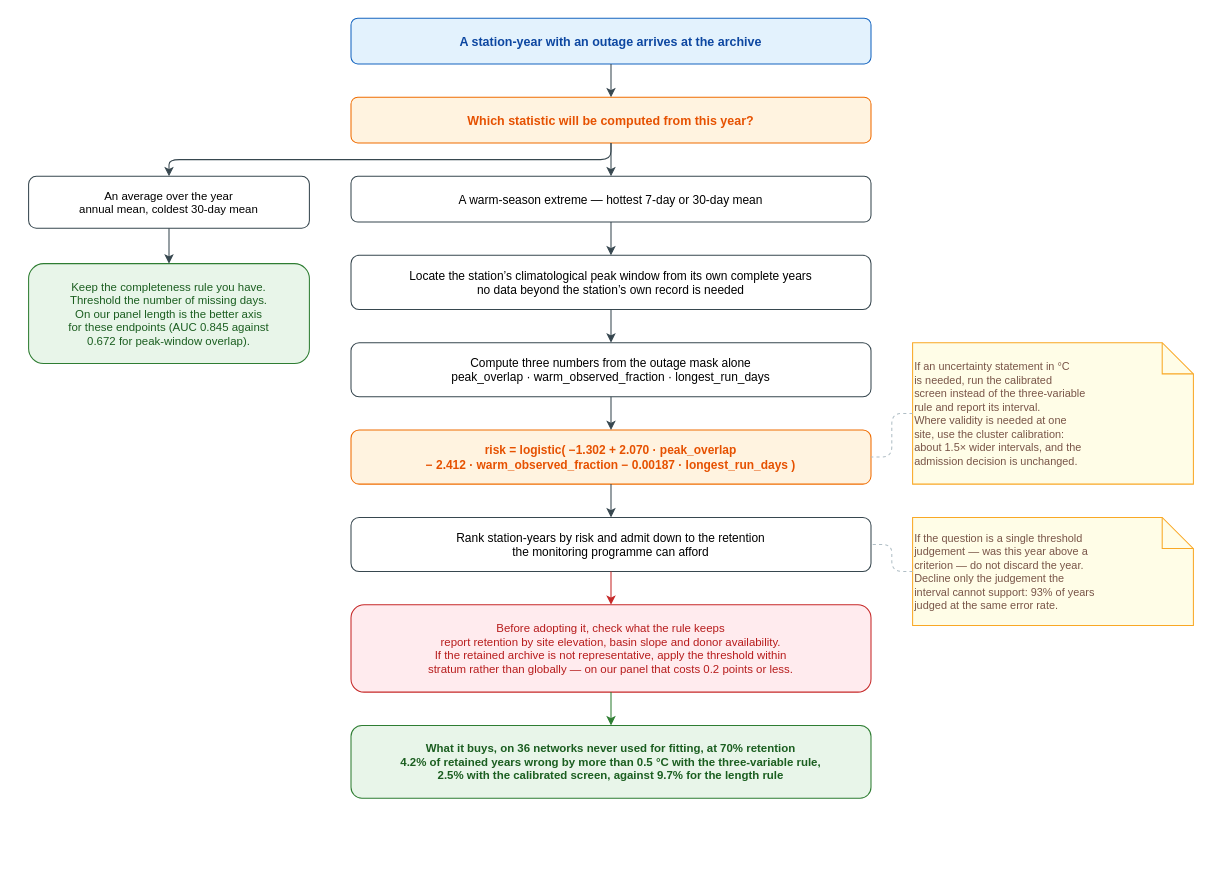
Above: figures/v17/drawio/f4_deployment_workflow.drawio in shutiao23/stream-recoverability (draw.io), before the change. Source tidied: cells renumbered, new cells numbered last; positions are measured from the earlier drawing's top-left corner, leaving out a move shared by most shapes. Both pictures are drawn from the tidied source at 104%, with x=0, y=0 at pixel (28, 18).
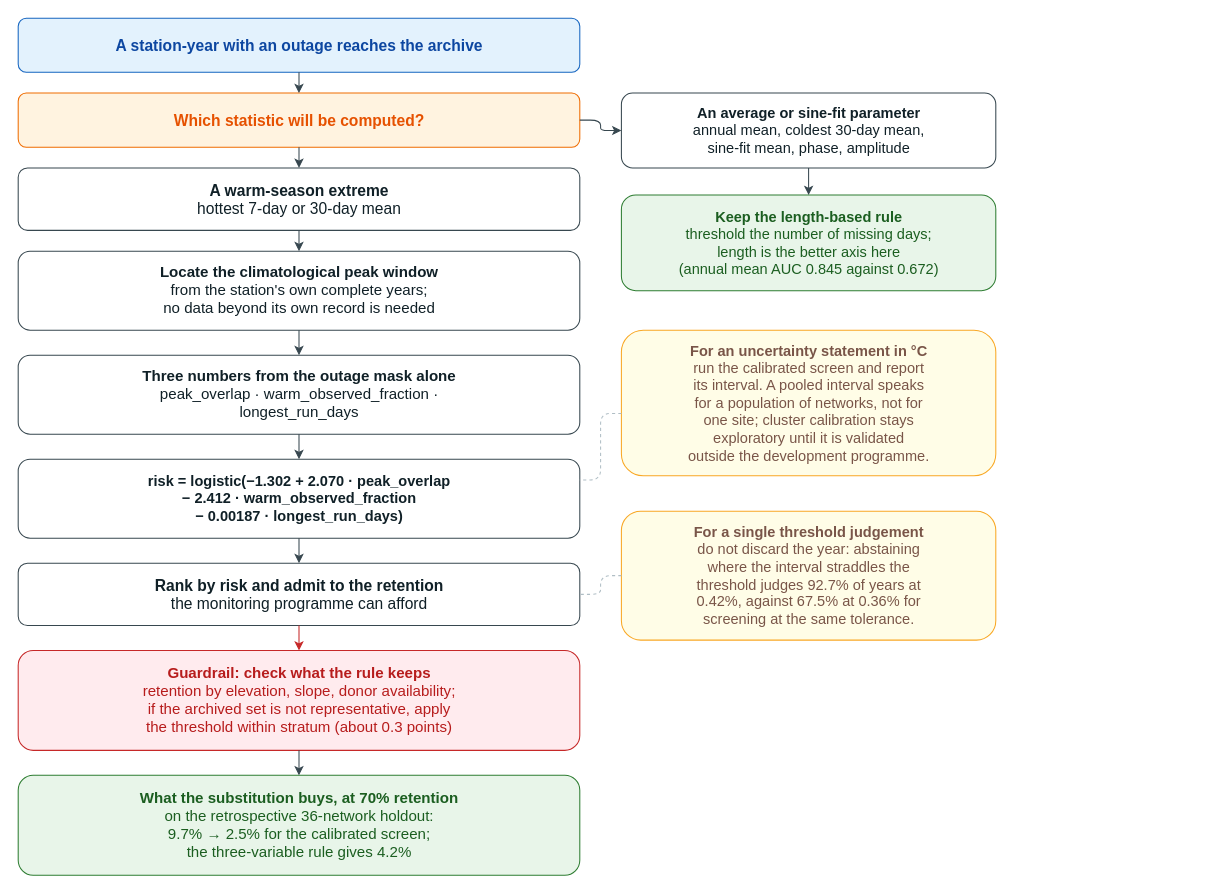
After the change.

The edit, as a diff of the source:
```diff
@@
-    <mxCell id="2" value="A station-year with an outage arrives at the archive" style="rounded=1;fillColor=#E3F2FD;strokeColor=#1565C0;fontSize=12;fontStyle=1;fontColor=#0D47A1;" parent="1" vertex="1">
-      <mxGeometry x="310" width="500" height="44" as="geometry" />
+    <mxCell id="2" value="&lt;b&gt;A station-year with an outage reaches the archive&lt;/b&gt;" style="rounded=1;html=1;fillColor=#E3F2FD;strokeColor=#1565C0;fontSize=15;fontColor=#0D47A1;" parent="1" vertex="1">
+      <mxGeometry x="-10" width="540" height="52" as="geometry" />
     </mxCell>
-    <mxCell id="3" value="Which statistic will be computed from this year?" style="rounded=1;fillColor=#FFF3E0;strokeColor=#EF6C00;fontSize=12;fontStyle=1;fontColor=#E65100;" parent="1" vertex="1">
-      <mxGeometry x="310" y="76" width="500" height="44" as="geometry" />
+    <mxCell id="3" value="&lt;b&gt;Which statistic will be computed?&lt;/b&gt;" style="rounded=1;html=1;fillColor=#FFF3E0;strokeColor=#EF6C00;fontSize=15;fontColor=#E65100;" parent="1" vertex="1">
+      <mxGeometry x="-10" y="72" width="540" height="52" as="geometry" />
     </mxCell>
-    <mxCell id="4" value="An average over the year&#10;annual mean, coldest 30-day mean" style="rounded=1;fillColor=#FFFFFF;strokeColor=#37474F;fontSize=11;" parent="1" vertex="1">
-      <mxGeometry y="152" width="270" height="50" as="geometry" />
-    </mxCell>
-    <mxCell id="5" value="Keep the completeness rule you have.&#10;Threshold the number of missing days.&#10;On our panel length is the better axis&#10;for these endpoints (AUC 0.845 against&#10;0.672 for peak-window overlap)." style="rounded=1;fillColor=#E8F5E9;strokeColor=#2E7D32;fontSize=11;fontColor=#1B5E20;" parent="1" vertex="1">
-      <mxGeometry y="236" width="270" height="96" as="geometry" />
-    </mxCell>
-    <mxCell id="6" value="A warm-season extreme — hottest 7-day or 30-day mean" style="rounded=1;fillColor=#FFFFFF;strokeColor=#37474F;fontSize=11.5;" parent="1" vertex="1">
-      <mxGeometry x="310" y="152" width="500" height="44" as="geometry" />
+    <mxCell id="6" value="&lt;b&gt;A warm-season extreme&lt;/b&gt;&#10;hottest 7-day or 30-day mean" style="rounded=1;html=1;fillColor=#FFFFFF;strokeColor=#37474F;fontSize=15;fontColor=#102027;" parent="1" vertex="1">
+      <mxGeometry x="-10" y="144" width="540" height="60" as="geometry" />
     </mxCell>
-    <mxCell id="7" value="Locate the station’s climatological peak window from its own complete years&#10;no data beyond the station’s own record is needed" style="rounded=1;fillColor=#FFFFFF;strokeColor=#37474F;fontSize=11.5;" parent="1" vertex="1">
-      <mxGeometry x="310" y="228" width="500" height="52" as="geometry" />
+    <mxCell id="7" value="&lt;b&gt;Locate the climatological peak window&lt;/b&gt;&#10;from the station's own complete years;&#10;no data beyond its own record is needed" style="rounded=1;html=1;fillColor=#FFFFFF;strokeColor=#37474F;fontSize=14.5;fontColor=#102027;" parent="1" vertex="1">
+      <mxGeometry x="-10" y="224" width="540" height="76" as="geometry" />
     </mxCell>
-    <mxCell id="8" value="Compute three numbers from the outage mask alone&#10;peak_overlap · warm_observed_fraction · longest_run_days" style="rounded=1;fillColor=#FFFFFF;strokeColor=#37474F;fontSize=11.5;" parent="1" vertex="1">
-      <mxGeometry x="310" y="312" width="500" height="52" as="geometry" />
+    <mxCell id="8" value="&lt;b&gt;Three numbers from the outage mask alone&lt;/b&gt;&#10;peak_overlap · warm_observed_fraction ·&#10;longest_run_days" style="rounded=1;html=1;fillColor=#FFFFFF;strokeColor=#37474F;fontSize=14.5;fontColor=#102027;" parent="1" vertex="1">
+      <mxGeometry x="-10" y="324" width="540" height="76" as="geometry" />
     </mxCell>
-    <mxCell id="9" value="risk = logistic( −1.302 + 2.070 · peak_overlap&#10;− 2.412 · warm_observed_fraction − 0.00187 · longest_run_days )" style="rounded=1;fillColor=#FFF3E0;strokeColor=#EF6C00;fontSize=11.5;fontStyle=1;fontColor=#E65100;" parent="1" vertex="1">
-      <mxGeometry x="310" y="396" width="500" height="52" as="geometry" />
+    <mxCell id="9" value="&lt;b&gt;risk = logistic(−1.302 + 2.070 · peak_overlap&lt;/b&gt;&#10;&lt;b&gt;− 2.412 · warm_observed_fraction&lt;/b&gt;&#10;&lt;b&gt;− 0.00187 · longest_run_days)&lt;/b&gt;" style="rounded=1;html=1;fillColor=#FFFFFF;strokeColor=#37474F;fontSize=14;fontColor=#102027;" parent="1" vertex="1">
+      <mxGeometry x="-10" y="424" width="540" height="76" as="geometry" />
     </mxCell>
-    <mxCell id="10" value="Rank station-years by risk and admit down to the retention&#10;the monitoring programme can afford" style="rounded=1;fillColor=#FFFFFF;strokeColor=#37474F;fontSize=11.5;" parent="1" vertex="1">
-      <mxGeometry x="310" y="480" width="500" height="52" as="geometry" />
+    <mxCell id="10" value="&lt;b&gt;Rank by risk and admit to the retention&lt;/b&gt;&#10;the monitoring programme can afford" style="rounded=1;html=1;fillColor=#FFFFFF;strokeColor=#37474F;fontSize=15;fontColor=#102027;" parent="1" vertex="1">
+      <mxGeometry x="-10" y="524" width="540" height="60" as="geometry" />
     </mxCell>
-    <mxCell id="11" value="Before adopting it, check what the rule keeps&#10;report retention by site elevation, basin slope and donor availability.&#10;If the retained archive is not representative, apply the threshold within&#10;stratum rather than globally — on our panel that costs 0.2 points or less." style="rounded=1;fillColor=#FFEBEE;strokeColor=#C62828;fontSize=11;fontColor=#B71C1C;" parent="1" vertex="1">
-      <mxGeometry x="310" y="564" width="500" height="84" as="geometry" />
+    <mxCell id="11" value="&lt;b&gt;Guardrail: check what the rule keeps&lt;/b&gt;&#10;retention by elevation, slope, donor availability;&#10;if the archived set is not representative, apply&#10;the threshold within stratum (about 0.3 points)" style="rounded=1;html=1;fillColor=#FFEBEE;strokeColor=#C62828;fontSize=14.5;fontColor=#B71C1C;" parent="1" vertex="1">
+      <mxGeometry x="-10" y="608" width="540" height="96" as="geometry" />
     </mxCell>
-    <mxCell id="12" value="What it buys, on 36 networks never used for fitting, at 70% retention&#10;4.2% of retained years wrong by more than 0.5 °C with the three-variable rule,&#10;2.5% with the calibrated screen, against 9.7% for the length rule" style="rounded=1;fillColor=#E8F5E9;strokeColor=#2E7D32;fontSize=11;fontStyle=1;fontColor=#1B5E20;" parent="1" vertex="1">
-      <mxGeometry x="310" y="680" width="500" height="70" as="geometry" />
+    <mxCell id="12" value="&lt;b&gt;What the substitution buys, at 70% retention&lt;/b&gt;&#10;on the retrospective 36-network holdout:&#10;9.7% → 2.5% for the calibrated screen;&#10;the three-variable rule gives 4.2%" style="rounded=1;html=1;fillColor=#E8F5E9;strokeColor=#2E7D32;fontSize=14.5;fontColor=#1B5E20;" parent="1" vertex="1">
+      <mxGeometry x="-10" y="728" width="540" height="96" as="geometry" />
     </mxCell>
+    <mxCell id="4" value="&lt;b&gt;An average or sine-fit parameter&lt;/b&gt;&#10;annual mean, coldest 30-day mean,&#10;sine-fit mean, phase, amplitude" style="rounded=1;html=1;fillColor=#FFFFFF;strokeColor=#37474F;fontSize=14;fontColor=#102027;" parent="1" vertex="1">
+      <mxGeometry x="570" y="72" width="360" height="72" as="geometry" />
+    </mxCell>
+    <mxCell id="5" value="&lt;b&gt;Keep the length-based rule&lt;/b&gt;&#10;threshold the number of missing days;&#10;length is the better axis here&#10;(annual mean AUC 0.845 against 0.672)" style="rounded=1;html=1;fillColor=#E8F5E9;strokeColor=#2E7D32;fontSize=14;fontColor=#1B5E20;" parent="1" vertex="1">
+      <mxGeometry x="570" y="170" width="360" height="92" as="geometry" />
+    </mxCell>
-    <mxCell id="13" value="If an uncertainty statement in °C&#10;is needed, run the calibrated&#10;screen instead of the three-variable&#10;rule and report its interval.&#10;Where validity is needed at one&#10;site, use the cluster calibration:&#10;about 1.5× wider intervals, and the&#10;admission decision is unchanged." style="shape=note;fillColor=#FFFDE7;strokeColor=#F9A825;fontSize=10.5;fontColor=#795548;align=left;" parent="1" vertex="1">
-      <mxGeometry x="850" y="312" width="270" height="136" as="geometry" />
+    <mxCell id="13" value="&lt;b&gt;For an uncertainty statement in °C&lt;/b&gt;&#10;run the calibrated screen and report&#10;its interval. A pooled interval speaks&#10;for a population of networks, not for&#10;one site; cluster calibration stays&#10;exploratory until it is validated&#10;outside the development programme." style="rounded=1;html=1;fillColor=#FFFDE7;strokeColor=#F9A825;fontSize=14;fontColor=#795548;" parent="1" vertex="1">
+      <mxGeometry x="570" y="300" width="360" height="140" as="geometry" />
     </mxCell>
-    <mxCell id="14" value="If the question is a single threshold&#10;judgement — was this year above a&#10;criterion — do not discard the year.&#10;Decline only the judgement the&#10;interval cannot support: 93% of years&#10;judged at the same error rate." style="shape=note;fillColor=#FFFDE7;strokeColor=#F9A825;fontSize=10.5;fontColor=#795548;align=left;" parent="1" vertex="1">
-      <mxGeometry x="850" y="480" width="270" height="104" as="geometry" />
+    <mxCell id="14" value="&lt;b&gt;For a single threshold judgement&lt;/b&gt;&#10;do not discard the year: abstaining&#10;where the interval straddles the&#10;threshold judges 92.7% of years at&#10;0.42%, against 67.5% at 0.36% for&#10;screening at the same tolerance." style="rounded=1;html=1;fillColor=#FFFDE7;strokeColor=#F9A825;fontSize=14;fontColor=#795548;" parent="1" vertex="1">
+      <mxGeometry x="570" y="474" width="360" height="124" as="geometry" />
     </mxCell>
-    <mxCell id="15" style="edgeStyle=orthogonalEdgeStyle;strokeColor=#37474F;" parent="1" edge="1" source="2" target="3">
+    <mxCell id="15" style="edgeStyle=orthogonalEdgeStyle;strokeColor=#37474F;fontSize=14;" parent="1" edge="1" source="2" target="3">
       <mxGeometry relative="1" as="geometry" />
     </mxCell>
-    <mxCell id="16" style="edgeStyle=orthogonalEdgeStyle;strokeColor=#37474F;" parent="1" edge="1" source="3" target="4">
-      <mxGeometry relative="1" as="geometry">
-        <Array as="points">
-          <mxPoint x="560" y="136" />
-          <mxPoint x="135" y="136" />
-        </Array>
-      </mxGeometry>
+    <mxCell id="16" style="edgeStyle=orthogonalEdgeStyle;strokeColor=#37474F;fontSize=14;" parent="1" edge="1" source="3" target="6">
+      <mxGeometry relative="1" as="geometry" />
     </mxCell>
-    <mxCell id="17" style="edgeStyle=orthogonalEdgeStyle;strokeColor=#37474F;" parent="1" edge="1" source="3" target="6">
-      <mxGeometry relative="1" as="geometry" />
+    <mxCell id="17" style="edgeStyle=orthogonalEdgeStyle;strokeColor=#37474F;fontSize=14;" parent="1" edge="1" source="3" target="4">
+      <mxGeometry relative="1" as="geometry">
+        <Array as="points">
+          <mxPoint x="550" y="98" />
+          <mxPoint x="550" y="108" />
+        </Array>
+      </mxGeometry>
     </mxCell>
-    <mxCell id="18" style="edgeStyle=orthogonalEdgeStyle;strokeColor=#37474F;" parent="1" edge="1" source="4" target="5">
+    <mxCell id="18" style="edgeStyle=orthogonalEdgeStyle;strokeColor=#37474F;fontSize=14;" parent="1" edge="1" source="6" target="7">
       <mxGeometry relative="1" as="geometry" />
     </mxCell>
-    <mxCell id="19" style="edgeStyle=orthogonalEdgeStyle;strokeColor=#37474F;" parent="1" edge="1" source="6" target="7">
+    <mxCell id="19" style="edgeStyle=orthogonalEdgeStyle;strokeColor=#37474F;fontSize=14;" parent="1" edge="1" source="7" target="8">
       <mxGeometry relative="1" as="geometry" />
     </mxCell>
-    <mxCell id="20" style="edgeStyle=orthogonalEdgeStyle;strokeColor=#37474F;" parent="1" edge="1" source="7" target="8">
+    <mxCell id="20" style="edgeStyle=orthogonalEdgeStyle;strokeColor=#37474F;fontSize=14;" parent="1" edge="1" source="8" target="9">
       <mxGeometry relative="1" as="geometry" />
     </mxCell>
-    <mxCell id="21" style="edgeStyle=orthogonalEdgeStyle;strokeColor=#37474F;" parent="1" edge="1" source="8" target="9">
+    <mxCell id="21" style="edgeStyle=orthogonalEdgeStyle;strokeColor=#37474F;fontSize=14;" parent="1" edge="1" source="9" target="10">
       <mxGeometry relative="1" as="geometry" />
     </mxCell>
-    <mxCell id="22" style="edgeStyle=orthogonalEdgeStyle;strokeColor=#37474F;" parent="1" edge="1" source="9" target="10">
+    <mxCell id="22" style="edgeStyle=orthogonalEdgeStyle;strokeColor=#C62828;fontSize=14;" parent="1" edge="1" source="10" target="11">
       <mxGeometry relative="1" as="geometry" />
     </mxCell>
-    <mxCell id="23" style="edgeStyle=orthogonalEdgeStyle;strokeColor=#C62828;" parent="1" edge="1" source="10" target="11">
+    <mxCell id="23" style="edgeStyle=orthogonalEdgeStyle;strokeColor=#37474F;fontSize=14;" parent="1" edge="1" source="11" target="12">
       <mxGeometry relative="1" as="geometry" />
     </mxCell>
-    <mxCell id="24" style="edgeStyle=orthogonalEdgeStyle;strokeColor=#2E7D32;" parent="1" edge="1" source="11" target="12">
+    <mxCell id="24" style="edgeStyle=orthogonalEdgeStyle;strokeColor=#37474F;fontSize=14;" parent="1" edge="1" source="4" target="5">
       <mxGeometry relative="1" as="geometry" />
     </mxCell>
-    <mxCell id="25" style="edgeStyle=orthogonalEdgeStyle;strokeColor=#B0BEC5;dashed=1;endArrow=none;" parent="1" edge="1" source="13" target="9">
-      <mxGeometry relative="1" as="geometry" />
+    <mxCell id="25" style="edgeStyle=orthogonalEdgeStyle;strokeColor=#B0BEC5;fontSize=14;dashed=1;endArrow=none;" parent="1" edge="1" source="13" target="9">
+      <mxGeometry relative="1" as="geometry">
+        <Array as="points">
+          <mxPoint x="550" y="380" />
+          <mxPoint x="550" y="444" />
+        </Array>
+      </mxGeometry>
     </mxCell>
-    <mxCell id="26" style="edgeStyle=orthogonalEdgeStyle;strokeColor=#B0BEC5;dashed=1;endArrow=none;" parent="1" edge="1" source="14" target="10">
-      <mxGeometry relative="1" as="geometry" />
+    <mxCell id="26" style="edgeStyle=orthogonalEdgeStyle;strokeColor=#B0BEC5;fontSize=14;dashed=1;endArrow=none;" parent="1" edge="1" source="14" target="10">
+      <mxGeometry relative="1" as="geometry">
+        <Array as="points">
+          <mxPoint x="550" y="536" />
+          <mxPoint x="550" y="554" />
+        </Array>
+      </mxGeometry>
     </mxCell>
```
